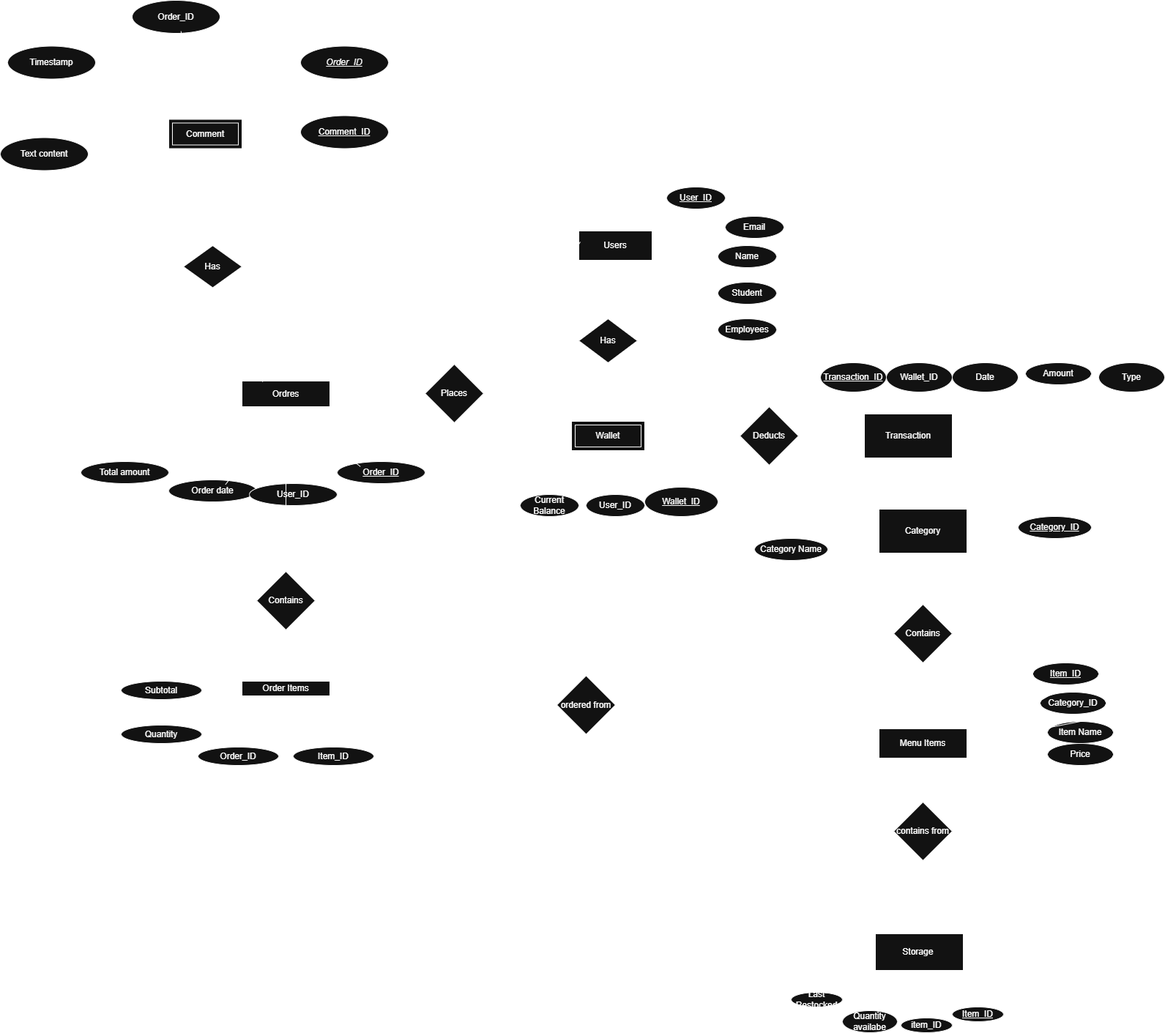
joewaleed/Cafeteria-Project_2.0 keeps this draw.io diagram as _Design/Diagrams/ERD/Images/ERD_Dark_PNG.png. Above is the earlier version. Source tidied: cells renumbered, new cells last; positions are measured from the earlier drawing's top-left corner, leaving out a move shared by most shapes.
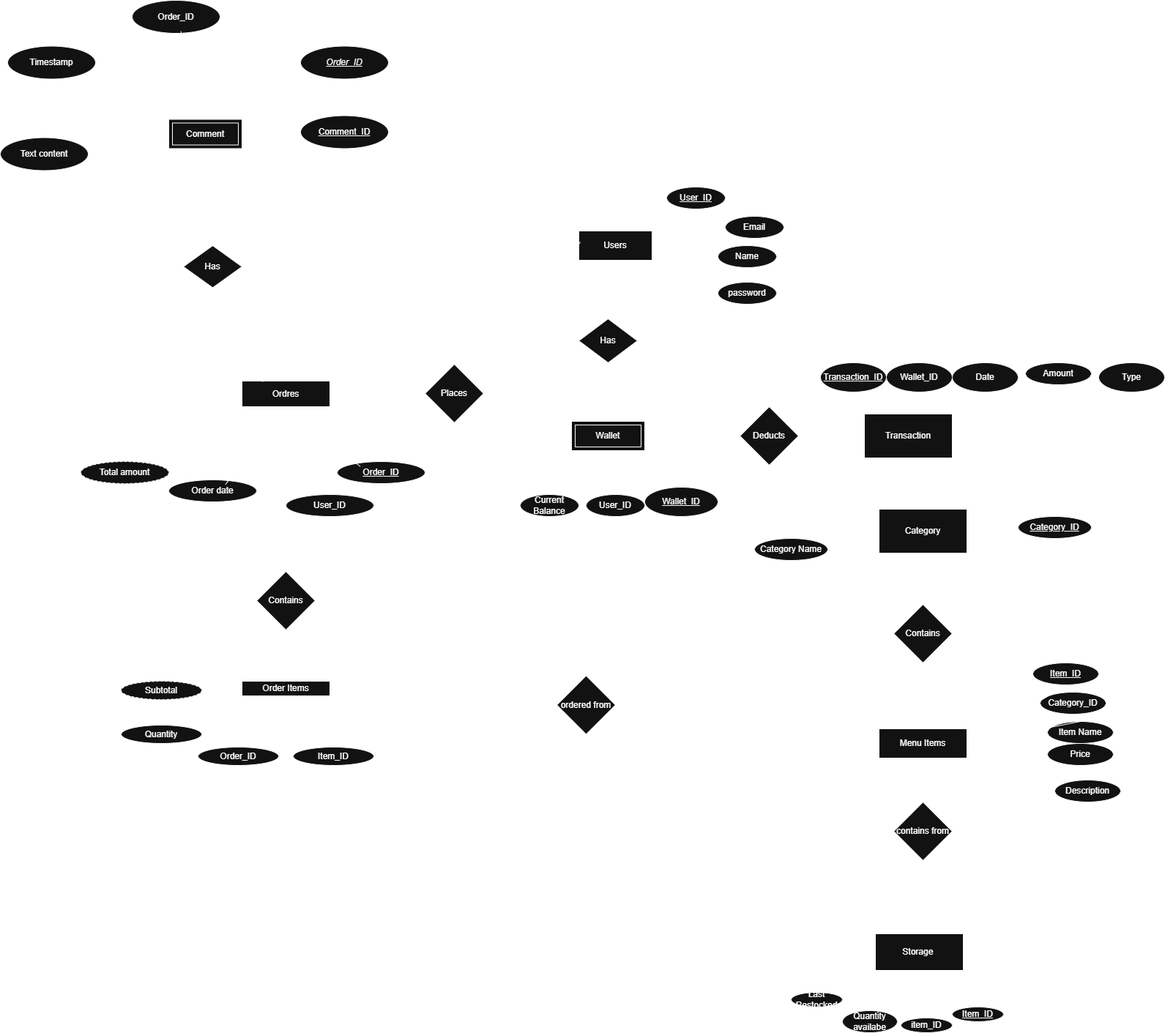
Later version of the same file.

Diff of the diagram source:
```diff
@@ -8,10 +8,7 @@
     <mxCell id="3" value="&lt;u&gt;User_ID&lt;/u&gt;" style="ellipse;whiteSpace=wrap;html=1;" parent="1" vertex="1">
       <mxGeometry x="910" y="255" width="80" height="30" as="geometry" />
     </mxCell>
-    <mxCell id="4" value="Employees" style="ellipse;whiteSpace=wrap;html=1;" parent="1" vertex="1">
-      <mxGeometry x="980" y="435" width="80" height="30" as="geometry" />
-    </mxCell>
-    <mxCell id="5" value="Student" style="ellipse;whiteSpace=wrap;html=1;" parent="1" vertex="1">
+    <mxCell id="5" value="password" style="ellipse;whiteSpace=wrap;html=1;" parent="1" vertex="1">
       <mxGeometry x="980" y="385" width="80" height="30" as="geometry" />
     </mxCell>
     <mxCell id="6" value="Name" style="ellipse;whiteSpace=wrap;html=1;" parent="1" vertex="1">
@@ -26,8 +23,11 @@
     <mxCell id="9" style="endArrow=none;html=1;rounded=0;exitX=1;exitY=0.5;exitDx=0;exitDy=0;entryX=0;entryY=0.5;entryDx=0;entryDy=0;" parent="1" edge="1" source="2" target="6">
       <mxGeometry relative="1" as="geometry" />
     </mxCell>
-    <mxCell id="10" style="edgeStyle=orthogonalEdgeStyle;rounded=0;orthogonalLoop=1;jettySize=auto;html=1;exitX=0.5;exitY=1;exitDx=0;exitDy=0;" parent="1" edge="1" source="4" target="4">
-      <mxGeometry relative="1" as="geometry" />
+    <mxCell id="10" style="edgeStyle=orthogonalEdgeStyle;rounded=0;orthogonalLoop=1;jettySize=auto;html=1;exitX=0.5;exitY=1;exitDx=0;exitDy=0;" parent="1" edge="1">
+      <mxGeometry relative="1" as="geometry">
+        <mxPoint x="1020" y="465" as="sourcePoint" />
+        <mxPoint x="1020" y="465" as="targetPoint" />
+      </mxGeometry>
     </mxCell>
     <mxCell id="11" style="endArrow=none;html=1;rounded=0;entryX=1;entryY=0.5;entryDx=0;entryDy=0;" parent="1" edge="1" source="7" target="2">
       <mxGeometry relative="1" as="geometry" />
@@ -35,9 +35,6 @@
     <mxCell id="12" style="endArrow=none;html=1;rounded=0;entryX=0;entryY=0.5;entryDx=0;entryDy=0;exitX=0.5;exitY=1;exitDx=0;exitDy=0;" parent="1" edge="1" source="2" target="5">
       <mxGeometry relative="1" as="geometry" />
     </mxCell>
-    <mxCell id="13" style="endArrow=none;html=1;rounded=0;entryX=0;entryY=0.5;entryDx=0;entryDy=0;exitX=0.5;exitY=1;exitDx=0;exitDy=0;" parent="1" edge="1" source="2" target="4">
-      <mxGeometry relative="1" as="geometry" />
-    </mxCell>
     <mxCell id="14" style="endArrow=none;html=1;rounded=0;entryX=0.392;entryY=1;entryDx=0;entryDy=0;entryPerimeter=0;shape=link;" parent="1" edge="1" target="2">
       <mxGeometry relative="1" as="geometry">
         <mxPoint x="829" y="435" as="sourcePoint" />
@@ -240,9 +237,9 @@
       <mxGeometry x="230" y="655" width="120" height="30" as="geometry" />
     </mxCell>
     <mxCell id="73" value="User_ID" style="ellipse;whiteSpace=wrap;html=1;" parent="1" vertex="1">
-      <mxGeometry x="340" y="660" width="120" height="30" as="geometry" />
+      <mxGeometry x="390" y="675" width="120" height="30" as="geometry" />
     </mxCell>
-    <mxCell id="74" value="Total amount" style="ellipse;whiteSpace=wrap;html=1;" parent="1" vertex="1">
+    <mxCell id="74" value="Total amount" style="ellipse;whiteSpace=wrap;html=1;dashed=1;" parent="1" vertex="1">
       <mxGeometry x="110" y="630" width="120" height="30" as="geometry" />
     </mxCell>
     <mxCell id="75" value="&lt;u&gt;Order_ID&lt;/u&gt;" style="ellipse;whiteSpace=wrap;html=1;" parent="1" vertex="1">
@@ -288,7 +285,7 @@
       <mxGeometry x="390" y="900" width="60" height="30" as="geometry" />
     </mxCell>
     <mxCell id="89" value="M" style="text;html=1;whiteSpace=wrap;strokeColor=none;fillColor=none;align=center;verticalAlign=middle;rounded=0;" parent="1" vertex="1">
-      <mxGeometry x="370" y="560" width="60" height="30" as="geometry" />
+      <mxGeometry x="350" y="577" width="60" height="30" as="geometry" />
     </mxCell>
     <mxCell id="90" value="Item_ID" style="ellipse;whiteSpace=wrap;html=1;" parent="1" vertex="1">
       <mxGeometry x="400" y="1020" width="110" height="25" as="geometry" />
@@ -296,7 +293,7 @@
     <mxCell id="91" value="Quantity" style="ellipse;whiteSpace=wrap;html=1;" parent="1" vertex="1">
       <mxGeometry x="165" y="990" width="110" height="25" as="geometry" />
     </mxCell>
-    <mxCell id="92" value="Subtotal" style="ellipse;whiteSpace=wrap;html=1;" parent="1" vertex="1">
+    <mxCell id="92" value="Subtotal" style="ellipse;whiteSpace=wrap;html=1;dashed=1;" parent="1" vertex="1">
       <mxGeometry x="165" y="930" width="110" height="25" as="geometry" />
     </mxCell>
     <mxCell id="93" value="Order_ID" style="ellipse;whiteSpace=wrap;html=1;" parent="1" vertex="1">
@@ -401,5 +398,11 @@
     <mxCell id="124" value="Comment" style="shape=ext;margin=3;double=1;whiteSpace=wrap;html=1;align=center;" parent="1" vertex="1">
       <mxGeometry x="230" y="162.5" width="100" height="40" as="geometry" />
     </mxCell>
+    <mxCell id="125" style="rounded=0;jettySize=auto;html=1;entryX=1;entryY=0.5;entryDx=0;entryDy=0;endArrow=none;endFill=0;" parent="1" edge="1" source="126" target="50">
+      <mxGeometry relative="1" as="geometry" />
+    </mxCell>
+    <mxCell id="126" value="Description" style="ellipse;whiteSpace=wrap;html=1;" parent="1" vertex="1">
+      <mxGeometry x="1440" y="1065" width="90" height="30" as="geometry" />
+    </mxCell>
   </root>
 </mxGraphModel>
```
